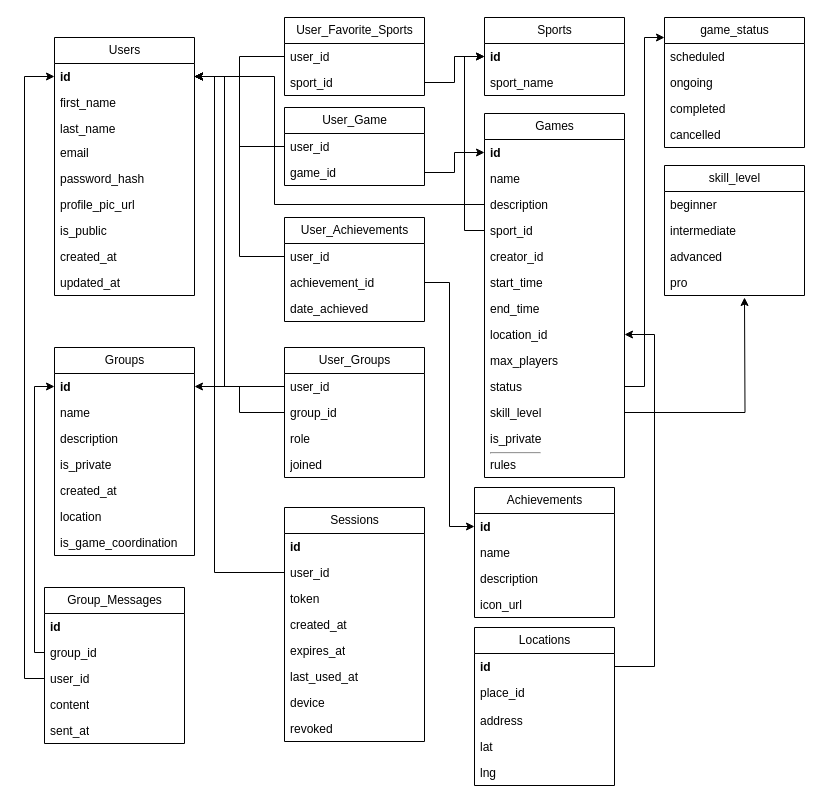
Before: page "Database" (3 of 5) of diagrams/pickupDB.drawio in Sroberts03/pickup, a draw.io diagram. Source tidied: cells renumbered, new cells numbered last; positions are measured from the earlier drawing's top-left corner, leaving out a move shared by most shapes. Both pictures are drawn from the tidied source at 100%, with x=0, y=0 at pixel (34, 17).
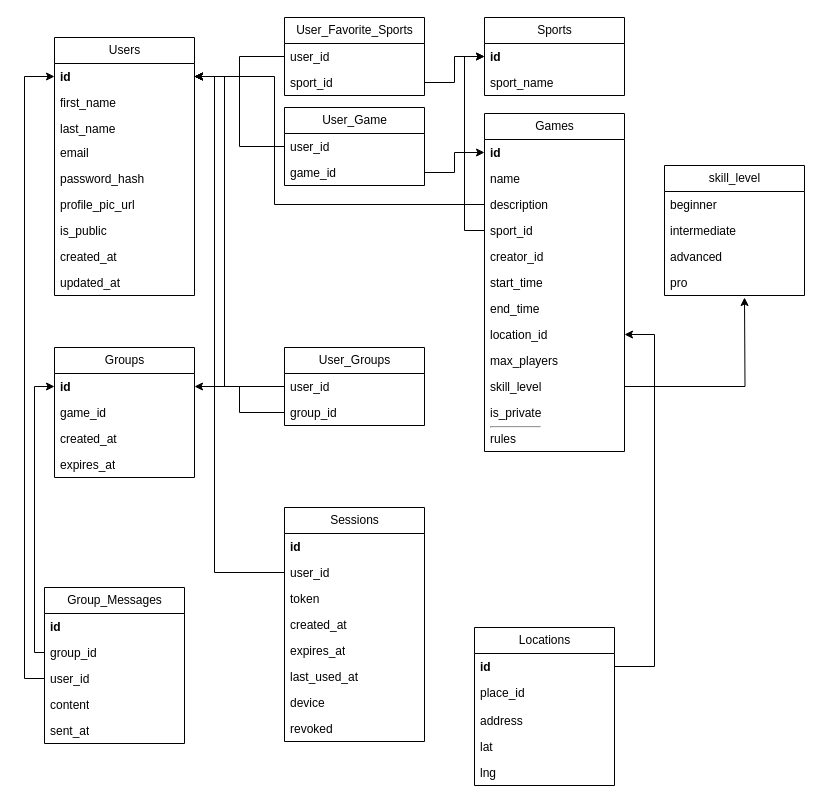
The same page after the edit.

Commit message (it also covers changes not shown here):
feat: Add refresh control and last updated timestamp to games list

The change refers to these unchanged cells:
```xml
<mxCell id="3" value="id" style="text;strokeColor=none;fillColor=none;align=left;verticalAlign=top;spacingLeft=4;spacingRight=4;overflow=hidden;points=[[0,0.5],[1,0.5]];portConstraint=eastwest;whiteSpace=wrap;html=1;fontStyle=1;shadow=0;glass=0;rounded=0;" parent="2" vertex="1">
  <mxGeometry y="26" width="140" height="26" as="geometry" />
</mxCell>
```

What changed in the source:
```diff
@@
     <mxCell id="18" value="Games" style="swimlane;fontStyle=0;horizontal=1;startSize=26;fillColor=none;html=1;" parent="1" vertex="1">
-      <mxGeometry x="450" y="96" width="140" height="364" as="geometry" />
+      <mxGeometry x="450" y="96" width="140" height="338" as="geometry" />
     </mxCell>
@@
-    <mxCell id="28" value="status" style="text;strokeColor=none;fillColor=none;align=left;verticalAlign=top;spacingLeft=4;spacingRight=4;overflow=hidden;points=[[0,0.5],[1,0.5]];portConstraint=eastwest;whiteSpace=wrap;html=1;" parent="18" vertex="1">
-      <mxGeometry y="260" width="140" height="26" as="geometry" />
-    </mxCell>
@@
     <mxCell id="30" value="skill_level" style="text;strokeColor=none;fillColor=none;align=left;verticalAlign=top;spacingLeft=4;spacingRight=4;overflow=hidden;points=[[0,0.5],[1,0.5]];portConstraint=eastwest;whiteSpace=wrap;html=1;" parent="18" vertex="1">
-      <mxGeometry y="286" width="140" height="26" as="geometry" />
+      <mxGeometry y="260" width="140" height="26" as="geometry" />
     </mxCell>
     <mxCell id="31" value="is_private&lt;hr&gt;" style="text;strokeColor=none;fillColor=none;align=left;verticalAlign=top;spacingLeft=4;spacingRight=4;overflow=hidden;whiteSpace=wrap;html=1;" parent="18" vertex="1">
-      <mxGeometry y="312" width="140" height="26" as="geometry" />
+      <mxGeometry y="286" width="140" height="26" as="geometry" />
     </mxCell>
     <mxCell id="32" value="rules" style="text;strokeColor=none;fillColor=none;align=left;verticalAlign=top;spacingLeft=4;spacingRight=4;overflow=hidden;whiteSpace=wrap;html=1;" parent="18" vertex="1">
-      <mxGeometry y="338" width="140" height="26" as="geometry" />
+      <mxGeometry y="312" width="140" height="26" as="geometry" />
     </mxCell>
@@
-    <mxCell id="36" value="Achievements" style="swimlane;fontStyle=0;horizontal=1;startSize=26;fillColor=none;html=1;" parent="1" vertex="1">
-      <mxGeometry x="440" y="470" width="140" height="130" as="geometry" />
-    </mxCell>
-    <mxCell id="37" value="&lt;b&gt;id&lt;/b&gt;" style="text;strokeColor=none;fillColor=none;align=left;verticalAlign=top;spacingLeft=4;spacingRight=4;overflow=hidden;points=[[0,0.5],[1,0.5]];portConstraint=eastwest;whiteSpace=wrap;html=1;" parent="36" vertex="1">
-      <mxGeometry y="26" width="140" height="26" as="geometry" />
-    </mxCell>
-    <mxCell id="38" value="name" style="text;strokeColor=none;fillColor=none;align=left;verticalAlign=top;spacingLeft=4;spacingRight=4;overflow=hidden;whiteSpace=wrap;html=1;" parent="36" vertex="1">
-      <mxGeometry y="52" width="140" height="26" as="geometry" />
-    </mxCell>
-    <mxCell id="39" value="description" style="text;strokeColor=none;fillColor=none;align=left;verticalAlign=top;spacingLeft=4;spacingRight=4;overflow=hidden;whiteSpace=wrap;html=1;" parent="36" vertex="1">
-      <mxGeometry y="78" width="140" height="26" as="geometry" />
-    </mxCell>
-    <mxCell id="40" value="icon_url&lt;div&gt;&lt;br&gt;&lt;/div&gt;" style="text;strokeColor=none;fillColor=none;align=left;verticalAlign=top;spacingLeft=4;spacingRight=4;overflow=hidden;whiteSpace=wrap;html=1;" parent="36" vertex="1">
-      <mxGeometry y="104" width="140" height="26" as="geometry" />
-    </mxCell>
-    <mxCell id="41" value="User_Achievements" style="swimlane;fontStyle=0;horizontal=1;startSize=26;fillColor=none;html=1;" parent="1" vertex="1">
-      <mxGeometry x="250" y="200" width="140" height="104" as="geometry" />
-    </mxCell>
-    <mxCell id="42" value="user_id" style="text;strokeColor=none;fillColor=none;align=left;verticalAlign=top;spacingLeft=4;spacingRight=4;overflow=hidden;points=[[0,0.5],[1,0.5]];portConstraint=eastwest;whiteSpace=wrap;html=1;" parent="41" vertex="1">
-      <mxGeometry y="26" width="140" height="26" as="geometry" />
-    </mxCell>
-    <mxCell id="43" value="achievement_id" style="text;strokeColor=none;fillColor=none;align=left;verticalAlign=top;spacingLeft=4;spacingRight=4;overflow=hidden;points=[[0,0.5],[1,0.5]];portConstraint=eastwest;whiteSpace=wrap;html=1;" parent="41" vertex="1">
-      <mxGeometry y="52" width="140" height="26" as="geometry" />
-    </mxCell>
-    <mxCell id="44" value="date_achieved" style="text;strokeColor=none;fillColor=none;align=left;verticalAlign=top;spacingLeft=4;spacingRight=4;overflow=hidden;whiteSpace=wrap;html=1;" parent="41" vertex="1">
-      <mxGeometry y="78" width="140" height="26" as="geometry" />
-    </mxCell>
@@
-    <mxCell id="49" style="edgeStyle=orthogonalEdgeStyle;rounded=0;jettySize=auto;html=1;exitX=0;exitY=0.5;exitDx=0;exitDy=0;entryX=1;entryY=0.5;entryDx=0;entryDy=0;" parent="1" edge="1" source="42" target="3">
-      <mxGeometry relative="1" as="geometry" />
-    </mxCell>
-    <mxCell id="50" style="edgeStyle=orthogonalEdgeStyle;rounded=0;jettySize=auto;html=1;exitX=1;exitY=0.5;exitDx=0;exitDy=0;entryX=0;entryY=0.5;entryDx=0;entryDy=0;" parent="1" edge="1" source="43" target="37">
-      <mxGeometry relative="1" as="geometry" />
-    </mxCell>
@@
     <mxCell id="53" value="Groups" style="swimlane;fontStyle=0;horizontal=1;startSize=26;fillColor=none;html=1;" parent="1" vertex="1">
-      <mxGeometry x="20" y="330" width="140" height="208" as="geometry" />
+      <mxGeometry x="20" y="330" width="140" height="130" as="geometry" />
     </mxCell>
@@
-    <mxCell id="55" value="name" style="text;strokeColor=none;fillColor=none;align=left;verticalAlign=top;spacingLeft=4;spacingRight=4;overflow=hidden;whiteSpace=wrap;html=1;" parent="53" vertex="1">
-      <mxGeometry y="52" width="140" height="26" as="geometry" />
-    </mxCell>
-    <mxCell id="56" value="description" style="text;strokeColor=none;fillColor=none;align=left;verticalAlign=top;spacingLeft=4;spacingRight=4;overflow=hidden;whiteSpace=wrap;html=1;" parent="53" vertex="1">
-      <mxGeometry y="78" width="140" height="26" as="geometry" />
-    </mxCell>
-    <mxCell id="57" value="is_private" style="text;strokeColor=none;fillColor=none;align=left;verticalAlign=top;spacingLeft=4;spacingRight=4;overflow=hidden;whiteSpace=wrap;html=1;" parent="53" vertex="1">
-      <mxGeometry y="104" width="140" height="26" as="geometry" />
-    </mxCell>
+    <mxCell id="104" value="game_id" style="text;strokeColor=none;fillColor=none;align=left;verticalAlign=top;spacingLeft=4;spacingRight=4;overflow=hidden;whiteSpace=wrap;html=1;" parent="53" vertex="1">
+      <mxGeometry y="52" width="140" height="26" as="geometry" />
+    </mxCell>
     <mxCell id="58" value="created_at" style="text;strokeColor=none;fillColor=none;align=left;verticalAlign=top;spacingLeft=4;spacingRight=4;overflow=hidden;whiteSpace=wrap;html=1;" parent="53" vertex="1">
-      <mxGeometry y="130" width="140" height="26" as="geometry" />
+      <mxGeometry y="78" width="140" height="26" as="geometry" />
     </mxCell>
-    <mxCell id="59" value="location" style="text;strokeColor=none;fillColor=none;align=left;verticalAlign=top;spacingLeft=4;spacingRight=4;overflow=hidden;whiteSpace=wrap;html=1;" parent="53" vertex="1">
-      <mxGeometry y="156" width="140" height="26" as="geometry" />
-    </mxCell>
-    <mxCell id="60" value="is_game_coordination" style="text;strokeColor=none;fillColor=none;align=left;verticalAlign=top;spacingLeft=4;spacingRight=4;overflow=hidden;whiteSpace=wrap;html=1;" parent="53" vertex="1">
-      <mxGeometry y="182" width="140" height="26" as="geometry" />
-    </mxCell>
+    <mxCell id="105" value="expires_at" style="text;strokeColor=none;fillColor=none;align=left;verticalAlign=top;spacingLeft=4;spacingRight=4;overflow=hidden;whiteSpace=wrap;html=1;" parent="53" vertex="1">
+      <mxGeometry y="104" width="140" height="26" as="geometry" />
+    </mxCell>
     <mxCell id="61" value="User_Groups" style="swimlane;fontStyle=0;horizontal=1;startSize=26;fillColor=none;html=1;" parent="1" vertex="1">
-      <mxGeometry x="250" y="330" width="140" height="130" as="geometry" />
+      <mxGeometry x="250" y="330" width="140" height="78" as="geometry" />
     </mxCell>
@@
-    <mxCell id="64" value="role&lt;div&gt;&lt;br&gt;&lt;/div&gt;" style="text;strokeColor=none;fillColor=none;align=left;verticalAlign=top;spacingLeft=4;spacingRight=4;overflow=hidden;whiteSpace=wrap;html=1;" parent="61" vertex="1">
-      <mxGeometry y="78" width="140" height="26" as="geometry" />
-    </mxCell>
-    <mxCell id="65" value="joined" style="text;strokeColor=none;fillColor=none;align=left;verticalAlign=top;spacingLeft=4;spacingRight=4;overflow=hidden;whiteSpace=wrap;html=1;" parent="61" vertex="1">
-      <mxGeometry y="104" width="140" height="26" as="geometry" />
-    </mxCell>
@@
-    <mxCell id="90" value="game_status" style="swimlane;fontStyle=0;horizontal=1;startSize=26;fillColor=none;html=1;" parent="1" vertex="1">
-      <mxGeometry x="630" width="140" height="130" as="geometry" />
-    </mxCell>
-    <mxCell id="91" value="scheduled" style="text;strokeColor=none;fillColor=none;align=left;verticalAlign=top;spacingLeft=4;spacingRight=4;overflow=hidden;whiteSpace=wrap;html=1;" parent="90" vertex="1">
-      <mxGeometry y="26" width="140" height="26" as="geometry" />
-    </mxCell>
-    <mxCell id="92" value="ongoing" style="text;strokeColor=none;fillColor=none;align=left;verticalAlign=top;spacingLeft=4;spacingRight=4;overflow=hidden;whiteSpace=wrap;html=1;" parent="90" vertex="1">
-      <mxGeometry y="52" width="140" height="26" as="geometry" />
-    </mxCell>
-    <mxCell id="93" value="completed" style="text;strokeColor=none;fillColor=none;align=left;verticalAlign=top;spacingLeft=4;spacingRight=4;overflow=hidden;whiteSpace=wrap;html=1;" parent="90" vertex="1">
-      <mxGeometry y="78" width="140" height="26" as="geometry" />
-    </mxCell>
-    <mxCell id="94" value="cancelled" style="text;strokeColor=none;fillColor=none;align=left;verticalAlign=top;spacingLeft=4;spacingRight=4;overflow=hidden;whiteSpace=wrap;html=1;" parent="90" vertex="1">
-      <mxGeometry y="104" width="140" height="26" as="geometry" />
-    </mxCell>
-    <mxCell id="95" style="edgeStyle=orthogonalEdgeStyle;rounded=0;jettySize=auto;html=1;entryX=0;entryY=0.154;entryDx=0;entryDy=0;entryPerimeter=0;" parent="1" edge="1" source="28" target="90">
-      <mxGeometry relative="1" as="geometry" />
-    </mxCell>
```
